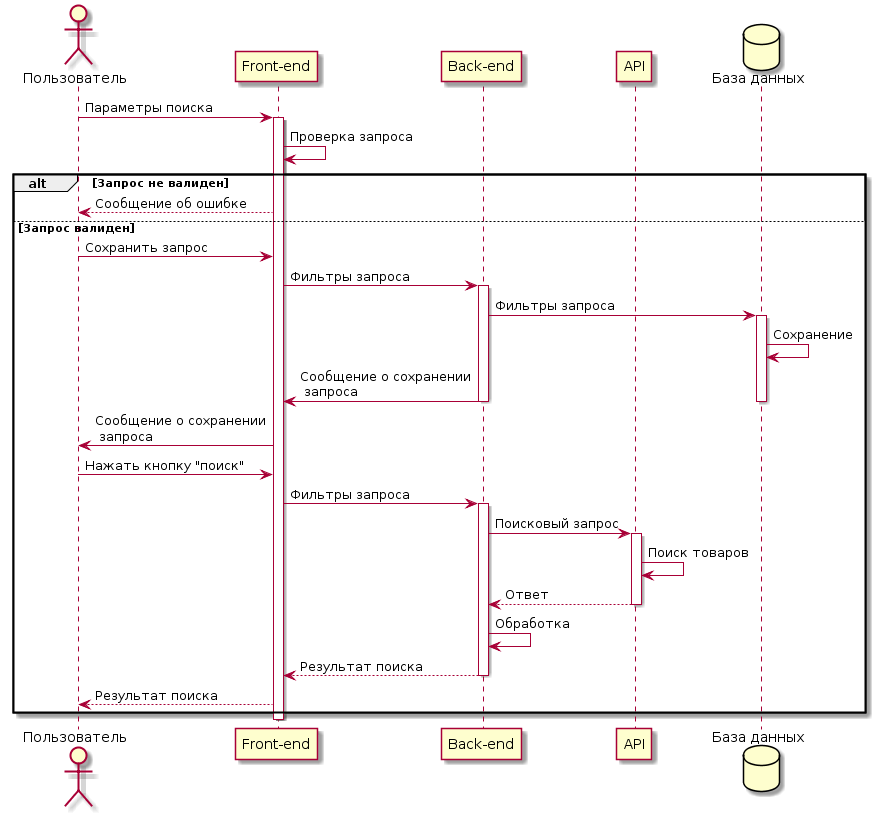
This is docs/diagrams/sequence.png from ussur/s-mart, a PlantUML export, as it was before one commit. Its diagram source:
```plantuml
@startuml
actor Пользователь as user
participant "Front-end" as front
participant "Back-end" as back
participant API as api
database "База данных" as db

user ->  front : Параметры поиска
activate front
front -> front : Проверка запроса
alt Запрос не валиден
    front --> user : Сообщение об ошибке
else Запрос валиден
    user -> front : Сохранить запрос
    front -> back : Фильтры запроса
    activate back
        back -> db : Фильтры запроса
        activate db
            db -> db : Сохранение
            back -> front : Сообщение о сохранении\n запроса
        deactivate db
    deactivate back
    front -> user : Сообщение о сохранении\n запроса
    user -> front : Нажать кнопку "поиск"
    front -> back : Фильтры запроса
    activate back
        back -> api : Поисковый запрос
        activate api
            api -> api : Поиск товаров
            api --> back : Ответ
        deactivate api
        back -> back : Обработка
        back --> front : Результат поиска
    deactivate back
    front --> user : Результат поиска
end
deactivate front
@enduml
```
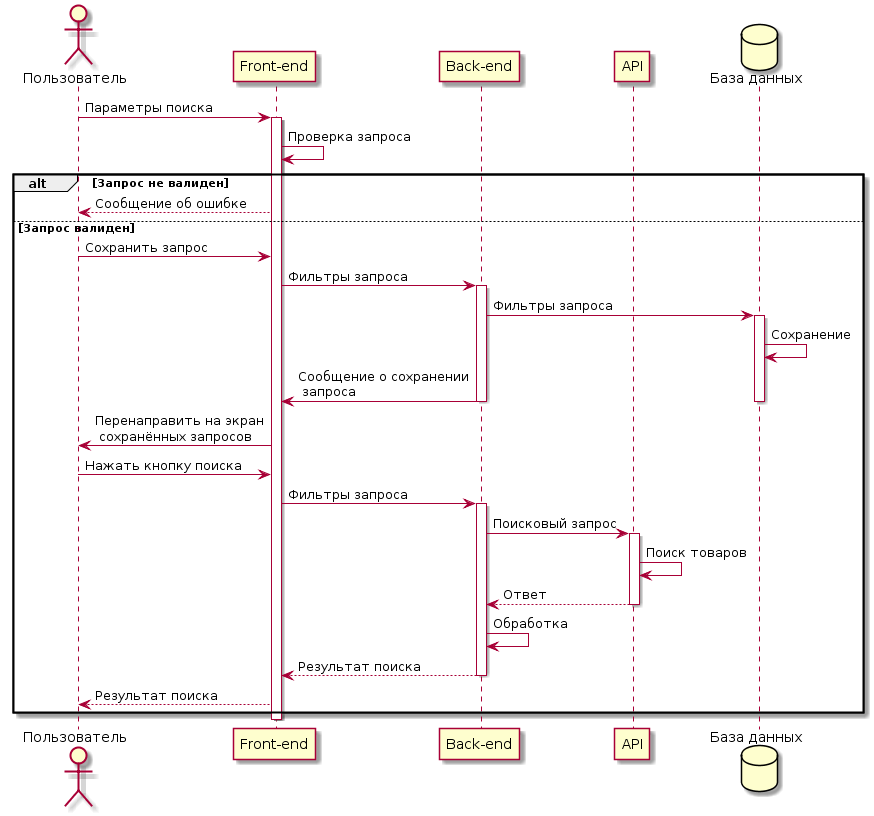
The same diagram one commit later.

What changed in the source:
```diff
@@ -20,8 +20,8 @@
             back -> front : Сообщение о сохранении\n запроса
         deactivate db
     deactivate back
-    front -> user : Сообщение о сохранении\n запроса
-    user -> front : Нажать кнопку "поиск"
+    front -> user : Перенаправить на экран\n сохранённых запросов
+    user -> front : Нажать кнопку поиска
     front -> back : Фильтры запроса
     activate back
         back -> api : Поисковый запрос
```
